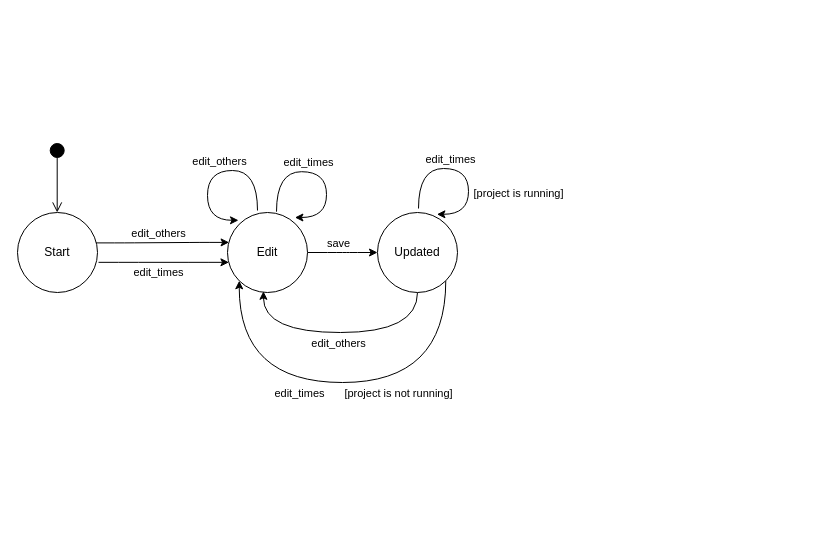
Above: page "Use Case 2 - State Machine" (4 of 9) of assignments/resources/model_based_testing.drawio in paulinho-16/MEIC-TVVS (draw.io), before the change. Source tidied: cells renumbered, new cells numbered last; positions are measured from the earlier drawing's top-left corner, leaving out a move shared by most shapes. Both pictures are drawn from the tidied source at 100%, with x=0, y=0 at pixel (17, 142).
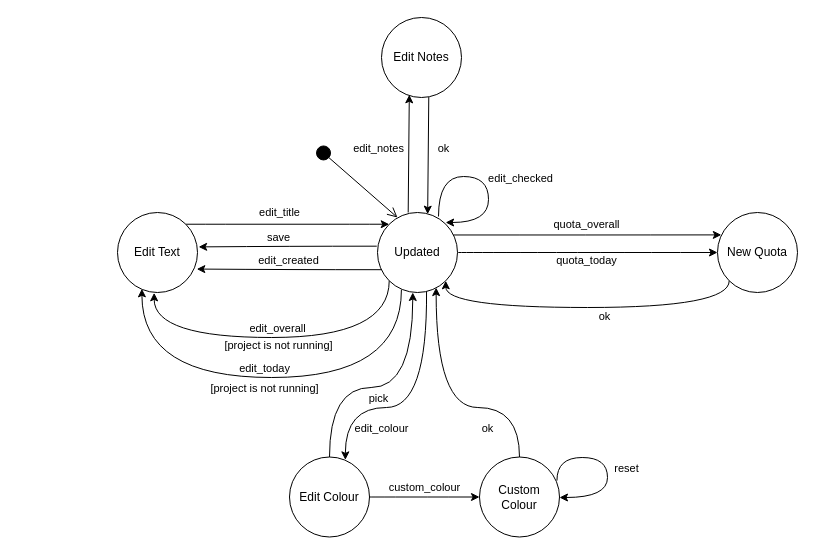
The same diagram, later.

Unchanged cells that the change refers to:
```xml
<mxCell id="14" value="Updated" style="ellipse;whiteSpace=wrap;html=1;" parent="1" vertex="1">
  <mxGeometry x="360" y="70" width="80" height="80" as="geometry" />
</mxCell>
```

The edit, as a diff of the source:
```diff
@@
-    <mxCell id="2" style="edgeStyle=entityRelationEdgeStyle;orthogonalLoop=1;jettySize=auto;html=1;exitX=0.978;exitY=0.367;exitDx=0;exitDy=0;exitPerimeter=0;entryX=0.032;entryY=0.361;entryDx=0;entryDy=0;entryPerimeter=0;" parent="1" edge="1">
-      <mxGeometry relative="1" as="geometry">
-        <mxPoint x="77.2" y="100.4" as="sourcePoint" />
-        <mxPoint x="211.6" y="99.9" as="targetPoint" />
-      </mxGeometry>
-    </mxCell>
-    <mxCell id="3" value="edit_others" style="edgeLabel;html=1;align=center;verticalAlign=middle;" parent="2" vertex="1">
-      <mxGeometry x="0.17" y="-3" relative="1" as="geometry">
-        <mxPoint x="-16" y="-13" as="offset" />
-      </mxGeometry>
-    </mxCell>
-    <mxCell id="4" value="Start" style="ellipse;whiteSpace=wrap;html=1;" parent="1" vertex="1">
-      <mxGeometry y="70" width="80" height="80" as="geometry" />
-    </mxCell>
-    <mxCell id="5" value="&lt;br&gt;" style="html=1;verticalAlign=bottom;startArrow=circle;startFill=1;endArrow=open;startSize=6;endSize=8;rounded=0;entryX=0.5;entryY=0;entryDx=0;entryDy=0;" parent="1" edge="1">
-      <mxGeometry x="-0.14" relative="1" as="geometry">
-        <mxPoint x="39.7" as="sourcePoint" />
-        <mxPoint x="39.7" y="70" as="targetPoint" />
-      </mxGeometry>
-    </mxCell>
-    <mxCell id="6" style="edgeStyle=entityRelationEdgeStyle;jettySize=auto;html=1;" parent="1" edge="1" source="8" target="14">
-      <mxGeometry relative="1" as="geometry" />
-    </mxCell>
+    <mxCell id="24" style="edgeStyle=entityRelationEdgeStyle;jettySize=auto;html=1;exitX=1;exitY=0;exitDx=0;exitDy=0;entryX=0;entryY=0;entryDx=0;entryDy=0;" parent="1" edge="1" source="25" target="14">
+      <mxGeometry relative="1" as="geometry" />
+    </mxCell>
-    <mxCell id="7" value="save" style="edgeLabel;html=1;align=center;verticalAlign=middle;" parent="6" vertex="1">
+    <mxCell id="7" value="save" style="edgeLabel;html=1;align=center;verticalAlign=middle;" parent="24" vertex="1">
       <mxGeometry x="0.16" y="-2" relative="1" as="geometry">
-        <mxPoint x="-11" y="-12" as="offset" />
+        <mxPoint x="-26" y="11" as="offset" />
       </mxGeometry>
     </mxCell>
-    <mxCell id="8" value="Edit" style="ellipse;whiteSpace=wrap;html=1;" parent="1" vertex="1">
-      <mxGeometry x="210" y="70" width="80" height="80" as="geometry" />
-    </mxCell>
-    <mxCell id="9" style="edgeStyle=orthogonalEdgeStyle;rounded=0;jettySize=auto;html=1;exitX=0.5;exitY=1;exitDx=0;exitDy=0;entryX=0.449;entryY=0.985;entryDx=0;entryDy=0;entryPerimeter=0;curved=1;" parent="1" edge="1" source="14" target="8">
-      <mxGeometry relative="1" as="geometry">
-        <Array as="points">
-          <mxPoint x="400" y="190" />
-          <mxPoint x="246" y="190" />
-        </Array>
-      </mxGeometry>
-    </mxCell>
-    <mxCell id="10" value="[project is not running]" style="edgeLabel;html=1;align=center;verticalAlign=middle;" parent="9" vertex="1">
-      <mxGeometry x="0.01" y="-1" relative="1" as="geometry">
-        <mxPoint x="59" y="61" as="offset" />
-      </mxGeometry>
-    </mxCell>
-    <mxCell id="11" value="edit_others" style="edgeLabel;html=1;align=center;verticalAlign=middle;" parent="9" vertex="1">
-      <mxGeometry x="-0.1" relative="1" as="geometry">
-        <mxPoint x="-14" y="10" as="offset" />
-      </mxGeometry>
-    </mxCell>
-    <mxCell id="12" style="edgeStyle=orthogonalEdgeStyle;curved=1;rounded=0;jettySize=auto;html=1;exitX=1;exitY=1;exitDx=0;exitDy=0;entryX=0;entryY=1;entryDx=0;entryDy=0;" parent="1" edge="1" source="14" target="8">
-      <mxGeometry relative="1" as="geometry">
-        <Array as="points">
-          <mxPoint x="428" y="240" />
-          <mxPoint x="222" y="240" />
-        </Array>
-      </mxGeometry>
-    </mxCell>
-    <mxCell id="13" value="edit_times" style="edgeLabel;html=1;align=center;verticalAlign=middle;" parent="12" vertex="1">
-      <mxGeometry x="0.17" y="-7" relative="1" as="geometry">
-        <mxPoint x="-9" y="17" as="offset" />
-      </mxGeometry>
-    </mxCell>
+    <mxCell id="25" value="Edit Text" style="ellipse;whiteSpace=wrap;html=1;" parent="1" vertex="1">
+      <mxGeometry x="100" y="70" width="80" height="80" as="geometry" />
+    </mxCell>
+    <mxCell id="26" style="edgeStyle=orthogonalEdgeStyle;curved=1;rounded=0;jettySize=auto;html=1;exitX=-0.009;exitY=0.421;exitDx=0;exitDy=0;entryX=1.014;entryY=0.43;entryDx=0;entryDy=0;entryPerimeter=0;exitPerimeter=0;" parent="1" edge="1" source="14" target="25">
+      <mxGeometry relative="1" as="geometry">
+        <Array as="points">
+          <mxPoint x="270" y="104" />
+        </Array>
+      </mxGeometry>
+    </mxCell>
+    <mxCell id="27" value="edit_title" style="edgeLabel;html=1;align=center;verticalAlign=middle;" parent="26" vertex="1">
+      <mxGeometry x="-0.01" relative="1" as="geometry">
+        <mxPoint x="-10" y="-34" as="offset" />
+      </mxGeometry>
+    </mxCell>
+    <mxCell id="28" style="edgeStyle=orthogonalEdgeStyle;curved=1;rounded=0;jettySize=auto;html=1;exitX=0.055;exitY=0.715;exitDx=0;exitDy=0;entryX=0.991;entryY=0.707;entryDx=0;entryDy=0;entryPerimeter=0;exitPerimeter=0;" parent="1" edge="1" source="14" target="25">
+      <mxGeometry relative="1" as="geometry" />
+    </mxCell>
+    <mxCell id="29" value="edit_created" style="edgeLabel;html=1;align=center;verticalAlign=middle;" parent="28" vertex="1">
+      <mxGeometry x="0.01" relative="1" as="geometry">
+        <mxPoint y="-10" as="offset" />
+      </mxGeometry>
+    </mxCell>
+    <mxCell id="30" style="edgeStyle=orthogonalEdgeStyle;curved=1;rounded=0;jettySize=auto;html=1;exitX=0;exitY=1;exitDx=0;exitDy=0;entryX=0.458;entryY=1.004;entryDx=0;entryDy=0;entryPerimeter=0;" parent="1" edge="1" source="14" target="25">
+      <mxGeometry relative="1" as="geometry">
+        <Array as="points">
+          <mxPoint x="372" y="195" />
+          <mxPoint x="137" y="195" />
+        </Array>
+      </mxGeometry>
+    </mxCell>
+    <mxCell id="31" value="edit_overall" style="edgeLabel;html=1;align=center;verticalAlign=middle;" parent="30" vertex="1">
+      <mxGeometry x="0.04" relative="1" as="geometry">
+        <mxPoint x="6" y="-10" as="offset" />
+      </mxGeometry>
+    </mxCell>
+    <mxCell id="32" value="[project is not running]" style="edgeLabel;html=1;align=center;verticalAlign=middle;" parent="30" vertex="1">
+      <mxGeometry y="-1" relative="1" as="geometry">
+        <mxPoint y="8" as="offset" />
+      </mxGeometry>
+    </mxCell>
+    <mxCell id="33" style="edgeStyle=orthogonalEdgeStyle;curved=1;rounded=0;jettySize=auto;html=1;exitX=0.299;exitY=0.965;exitDx=0;exitDy=0;entryX=0.305;entryY=0.954;entryDx=0;entryDy=0;entryPerimeter=0;exitPerimeter=0;" parent="1" edge="1" source="14" target="25">
+      <mxGeometry relative="1" as="geometry">
+        <Array as="points">
+          <mxPoint x="384" y="235" />
+          <mxPoint x="124" y="235" />
+        </Array>
+      </mxGeometry>
+    </mxCell>
+    <mxCell id="34" value="edit_today" style="edgeLabel;html=1;align=center;verticalAlign=middle;" parent="33" vertex="1">
+      <mxGeometry x="0.03" relative="1" as="geometry">
+        <mxPoint y="-10" as="offset" />
+      </mxGeometry>
+    </mxCell>
+    <mxCell id="35" value="[project is not running]" style="edgeLabel;html=1;align=center;verticalAlign=middle;" parent="33" vertex="1">
+      <mxGeometry x="0.03" y="-1" relative="1" as="geometry">
+        <mxPoint y="11" as="offset" />
+      </mxGeometry>
+    </mxCell>
+    <mxCell id="36" style="rounded=0;orthogonalLoop=1;jettySize=auto;html=1;entryX=0.348;entryY=0.98;entryDx=0;entryDy=0;entryPerimeter=0;exitX=0.384;exitY=0.014;exitDx=0;exitDy=0;exitPerimeter=0;" parent="1" edge="1">
+      <mxGeometry relative="1" as="geometry">
+        <mxPoint x="390.7" y="70" as="sourcePoint" />
+        <mxPoint x="391.8" y="-47.7" as="targetPoint" />
+      </mxGeometry>
+    </mxCell>
+    <mxCell id="37" value="edit_notes" style="edgeLabel;html=1;align=center;verticalAlign=middle;" parent="36" vertex="1">
+      <mxGeometry x="0.14" y="-2" relative="1" as="geometry">
+        <mxPoint x="-33" y="2" as="offset" />
+      </mxGeometry>
+    </mxCell>
+    <mxCell id="38" style="rounded=0;jettySize=auto;html=1;exitX=0.613;exitY=0.978;exitDx=0;exitDy=0;entryX=0.698;entryY=0.036;entryDx=0;entryDy=0;entryPerimeter=0;edgeStyle=orthogonalEdgeStyle;curved=1;exitPerimeter=0;" parent="1" edge="1" source="14" target="51">
+      <mxGeometry relative="1" as="geometry">
+        <Array as="points">
+          <mxPoint x="410" y="148" />
+          <mxPoint x="410" y="265" />
+          <mxPoint x="328" y="265" />
+        </Array>
+      </mxGeometry>
+    </mxCell>
+    <mxCell id="39" value="edit_colour" style="edgeLabel;html=1;align=center;verticalAlign=middle;rotation=0;" parent="38" vertex="1">
+      <mxGeometry x="0.08" y="2" relative="1" as="geometry">
+        <mxPoint x="-27" y="18" as="offset" />
+      </mxGeometry>
+    </mxCell>
+    <mxCell id="40" style="edgeStyle=orthogonalEdgeStyle;curved=1;rounded=0;jettySize=auto;html=1;exitX=1;exitY=0.5;exitDx=0;exitDy=0;entryX=0;entryY=0.5;entryDx=0;entryDy=0;" parent="1" edge="1" source="14" target="59">
+      <mxGeometry relative="1" as="geometry" />
+    </mxCell>
+    <mxCell id="41" value="quota_today" style="edgeLabel;html=1;align=center;verticalAlign=middle;" parent="40" vertex="1">
+      <mxGeometry relative="1" as="geometry">
+        <mxPoint x="-2" y="7" as="offset" />
+      </mxGeometry>
+    </mxCell>
+    <mxCell id="42" style="edgeStyle=orthogonalEdgeStyle;curved=1;rounded=0;jettySize=auto;html=1;exitX=0.946;exitY=0.281;exitDx=0;exitDy=0;entryX=0.048;entryY=0.28;entryDx=0;entryDy=0;exitPerimeter=0;entryPerimeter=0;" parent="1" edge="1" source="14" target="59">
+      <mxGeometry relative="1" as="geometry" />
+    </mxCell>
+    <mxCell id="43" value="quota_overall" style="edgeLabel;html=1;align=center;verticalAlign=middle;" parent="42" vertex="1">
+      <mxGeometry y="1" relative="1" as="geometry">
+        <mxPoint x="-1" y="-10" as="offset" />
+      </mxGeometry>
+    </mxCell>
@@
-    <mxCell id="15" style="edgeStyle=entityRelationEdgeStyle;jettySize=auto;html=1;exitX=1.013;exitY=0.623;exitDx=0;exitDy=0;exitPerimeter=0;entryX=0.018;entryY=0.623;entryDx=0;entryDy=0;entryPerimeter=0;" parent="1" edge="1" source="4" target="8">
-      <mxGeometry relative="1" as="geometry" />
-    </mxCell>
-    <mxCell id="16" value="edit_times" style="edgeLabel;html=1;align=center;verticalAlign=middle;" parent="15" vertex="1">
-      <mxGeometry x="0.17" y="-3" relative="1" as="geometry">
-        <mxPoint x="-17" y="7" as="offset" />
-      </mxGeometry>
-    </mxCell>
-    <mxCell id="17" style="edgeStyle=orthogonalEdgeStyle;rounded=1;orthogonalLoop=1;jettySize=auto;html=1;curved=1;entryX=0.73;entryY=0.048;entryDx=0;entryDy=0;entryPerimeter=0;" parent="1" edge="1">
-      <mxGeometry relative="1" as="geometry">
-        <mxPoint x="401" y="66" as="sourcePoint" />
-        <mxPoint x="419.4" y="71.8" as="targetPoint" />
-        <Array as="points">
-          <mxPoint x="401" y="26" />
-          <mxPoint x="451" y="26" />
-          <mxPoint x="451" y="72" />
-        </Array>
-      </mxGeometry>
-    </mxCell>
-    <mxCell id="18" value="edit_times" style="edgeLabel;html=1;align=center;verticalAlign=middle;rotation=0;" parent="17" vertex="1">
-      <mxGeometry x="-0.11" relative="1" as="geometry">
-        <mxPoint x="-3" y="-10" as="offset" />
-      </mxGeometry>
-    </mxCell>
-    <mxCell id="19" value="[project is running]" style="edgeLabel;html=1;align=center;verticalAlign=middle;" parent="17" vertex="1">
-      <mxGeometry x="0.45" y="-1" relative="1" as="geometry">
-        <mxPoint x="50" y="-7" as="offset" />
-      </mxGeometry>
-    </mxCell>
-    <mxCell id="20" style="edgeStyle=orthogonalEdgeStyle;rounded=1;orthogonalLoop=1;jettySize=auto;html=1;curved=1;entryX=0.73;entryY=0.048;entryDx=0;entryDy=0;entryPerimeter=0;" parent="1" edge="1">
-      <mxGeometry relative="1" as="geometry">
-        <mxPoint x="259" y="69.2" as="sourcePoint" />
-        <mxPoint x="277.4" y="75" as="targetPoint" />
-        <Array as="points">
-          <mxPoint x="259" y="29.2" />
-          <mxPoint x="309" y="29.2" />
-          <mxPoint x="309" y="75.2" />
-        </Array>
-      </mxGeometry>
-    </mxCell>
-    <mxCell id="21" value="edit_times" style="edgeLabel;html=1;align=center;verticalAlign=middle;rotation=0;" parent="20" vertex="1">
-      <mxGeometry x="-0.11" relative="1" as="geometry">
-        <mxPoint x="-3" y="-10" as="offset" />
-      </mxGeometry>
-    </mxCell>
-    <mxCell id="22" style="edgeStyle=orthogonalEdgeStyle;rounded=1;orthogonalLoop=1;jettySize=auto;html=1;curved=1;entryX=0.138;entryY=0.098;entryDx=0;entryDy=0;entryPerimeter=0;" parent="1" edge="1">
-      <mxGeometry relative="1" as="geometry">
-        <mxPoint x="240" y="68" as="sourcePoint" />
-        <mxPoint x="221" y="77.8" as="targetPoint" />
-        <Array as="points">
-          <mxPoint x="240" y="28" />
-          <mxPoint x="190" y="28" />
-          <mxPoint x="190" y="78" />
-        </Array>
-      </mxGeometry>
-    </mxCell>
-    <mxCell id="23" value="edit_others" style="edgeLabel;html=1;align=center;verticalAlign=middle;rotation=0;" parent="22" vertex="1">
-      <mxGeometry x="-0.11" relative="1" as="geometry">
-        <mxPoint x="-3" y="-10" as="offset" />
-      </mxGeometry>
-    </mxCell>
+    <mxCell id="44" style="rounded=0;jettySize=auto;html=1;exitX=0.591;exitY=0.995;exitDx=0;exitDy=0;entryX=0.627;entryY=0.021;entryDx=0;entryDy=0;entryPerimeter=0;exitPerimeter=0;" parent="1" edge="1" source="46" target="14">
+      <mxGeometry relative="1" as="geometry" />
+    </mxCell>
+    <mxCell id="45" value="ok" style="edgeLabel;html=1;align=center;verticalAlign=middle;rotation=0;" parent="44" vertex="1">
+      <mxGeometry x="0.11" y="-14" relative="1" as="geometry">
+        <mxPoint x="29" y="-14" as="offset" />
+      </mxGeometry>
+    </mxCell>
+    <mxCell id="46" value="Edit Notes" style="ellipse;whiteSpace=wrap;html=1;" parent="1" vertex="1">
+      <mxGeometry x="364" y="-125" width="80" height="80" as="geometry" />
+    </mxCell>
+    <mxCell id="47" style="edgeStyle=orthogonalEdgeStyle;curved=1;rounded=0;jettySize=auto;html=1;" parent="1" edge="1" source="51" target="54">
+      <mxGeometry relative="1" as="geometry" />
+    </mxCell>
+    <mxCell id="48" value="custom_colour" style="edgeLabel;html=1;align=center;verticalAlign=middle;" parent="47" vertex="1">
+      <mxGeometry x="-0.03" y="1" relative="1" as="geometry">
+        <mxPoint x="1" y="-9" as="offset" />
+      </mxGeometry>
+    </mxCell>
+    <mxCell id="49" style="rounded=0;jettySize=auto;html=1;exitX=0.5;exitY=0;exitDx=0;exitDy=0;entryX=0.441;entryY=1;entryDx=0;entryDy=0;entryPerimeter=0;edgeStyle=orthogonalEdgeStyle;curved=1;" parent="1" edge="1" source="51" target="14">
+      <mxGeometry relative="1" as="geometry">
+        <Array as="points">
+          <mxPoint x="312" y="245" />
+          <mxPoint x="395" y="245" />
+        </Array>
+      </mxGeometry>
+    </mxCell>
+    <mxCell id="50" value="pick" style="edgeLabel;html=1;align=center;verticalAlign=middle;rotation=0;" parent="49" vertex="1">
+      <mxGeometry x="0.05" y="26" relative="1" as="geometry">
+        <mxPoint x="-12" y="36" as="offset" />
+      </mxGeometry>
+    </mxCell>
+    <mxCell id="51" value="Edit Colour" style="ellipse;whiteSpace=wrap;html=1;" parent="1" vertex="1">
+      <mxGeometry x="272" y="314.5" width="80" height="80" as="geometry" />
+    </mxCell>
+    <mxCell id="52" style="rounded=0;jettySize=auto;html=1;exitX=0.5;exitY=0;exitDx=0;exitDy=0;edgeStyle=orthogonalEdgeStyle;curved=1;entryX=0.733;entryY=0.938;entryDx=0;entryDy=0;entryPerimeter=0;" parent="1" edge="1" source="54" target="14">
+      <mxGeometry relative="1" as="geometry">
+        <Array as="points">
+          <mxPoint x="502" y="265" />
+          <mxPoint x="419" y="265" />
+        </Array>
+      </mxGeometry>
+    </mxCell>
+    <mxCell id="53" value="ok" style="edgeLabel;html=1;align=center;verticalAlign=middle;rotation=0;" parent="52" vertex="1">
+      <mxGeometry x="-0.09" y="7" relative="1" as="geometry">
+        <mxPoint x="33" y="13" as="offset" />
+      </mxGeometry>
+    </mxCell>
+    <mxCell id="54" value="Custom Colour" style="ellipse;whiteSpace=wrap;html=1;" parent="1" vertex="1">
+      <mxGeometry x="462" y="314.5" width="80" height="80" as="geometry" />
+    </mxCell>
+    <mxCell id="55" style="edgeStyle=orthogonalEdgeStyle;rounded=1;orthogonalLoop=1;jettySize=auto;html=1;curved=1;exitX=0.968;exitY=0.295;exitDx=0;exitDy=0;exitPerimeter=0;" parent="1" edge="1" source="54" target="54">
+      <mxGeometry relative="1" as="geometry">
+        <Array as="points">
+          <mxPoint x="539" y="315" />
+          <mxPoint x="590" y="315" />
+          <mxPoint x="590" y="355" />
+        </Array>
+      </mxGeometry>
+    </mxCell>
+    <mxCell id="56" value="reset" style="edgeLabel;html=1;align=center;verticalAlign=middle;rotation=0;" parent="55" vertex="1">
+      <mxGeometry x="-0.11" relative="1" as="geometry">
+        <mxPoint x="20" y="10" as="offset" />
+      </mxGeometry>
+    </mxCell>
+    <mxCell id="57" style="edgeStyle=orthogonalEdgeStyle;curved=1;rounded=0;jettySize=auto;html=1;exitX=0;exitY=1;exitDx=0;exitDy=0;entryX=1;entryY=1;entryDx=0;entryDy=0;" parent="1" edge="1" source="59" target="14">
+      <mxGeometry relative="1" as="geometry">
+        <Array as="points">
+          <mxPoint x="712" y="165" />
+          <mxPoint x="428" y="165" />
+        </Array>
+      </mxGeometry>
+    </mxCell>
+    <mxCell id="58" value="ok" style="edgeLabel;html=1;align=center;verticalAlign=middle;" parent="57" vertex="1">
+      <mxGeometry x="-0.1" relative="1" as="geometry">
+        <mxPoint y="8" as="offset" />
+      </mxGeometry>
+    </mxCell>
+    <mxCell id="59" value="New Quota" style="ellipse;whiteSpace=wrap;html=1;" parent="1" vertex="1">
+      <mxGeometry x="700" y="70" width="80" height="80" as="geometry" />
+    </mxCell>
+    <mxCell id="60" value="&lt;br&gt;" style="html=1;verticalAlign=bottom;startArrow=circle;startFill=1;endArrow=open;startSize=6;endSize=8;rounded=0;entryX=0.25;entryY=0.063;entryDx=0;entryDy=0;entryPerimeter=0;" parent="1" edge="1" target="14">
+      <mxGeometry x="-0.14" relative="1" as="geometry">
+        <mxPoint x="300" y="5.2" as="sourcePoint" />
+      </mxGeometry>
+    </mxCell>
+    <mxCell id="61" style="edgeStyle=orthogonalEdgeStyle;rounded=1;orthogonalLoop=1;jettySize=auto;html=1;curved=1;" parent="1" edge="1">
+      <mxGeometry relative="1" as="geometry">
+        <mxPoint x="421" y="74" as="sourcePoint" />
+        <mxPoint x="428.1" y="80" as="targetPoint" />
+        <Array as="points">
+          <mxPoint x="421" y="34" />
+          <mxPoint x="471" y="34" />
+          <mxPoint x="471" y="80" />
+        </Array>
+      </mxGeometry>
+    </mxCell>
+    <mxCell id="62" value="edit_checked" style="edgeLabel;html=1;align=center;verticalAlign=middle;rotation=0;" parent="61" vertex="1">
+      <mxGeometry x="-0.11" relative="1" as="geometry">
+        <mxPoint x="41" y="1" as="offset" />
+      </mxGeometry>
+    </mxCell>
```
